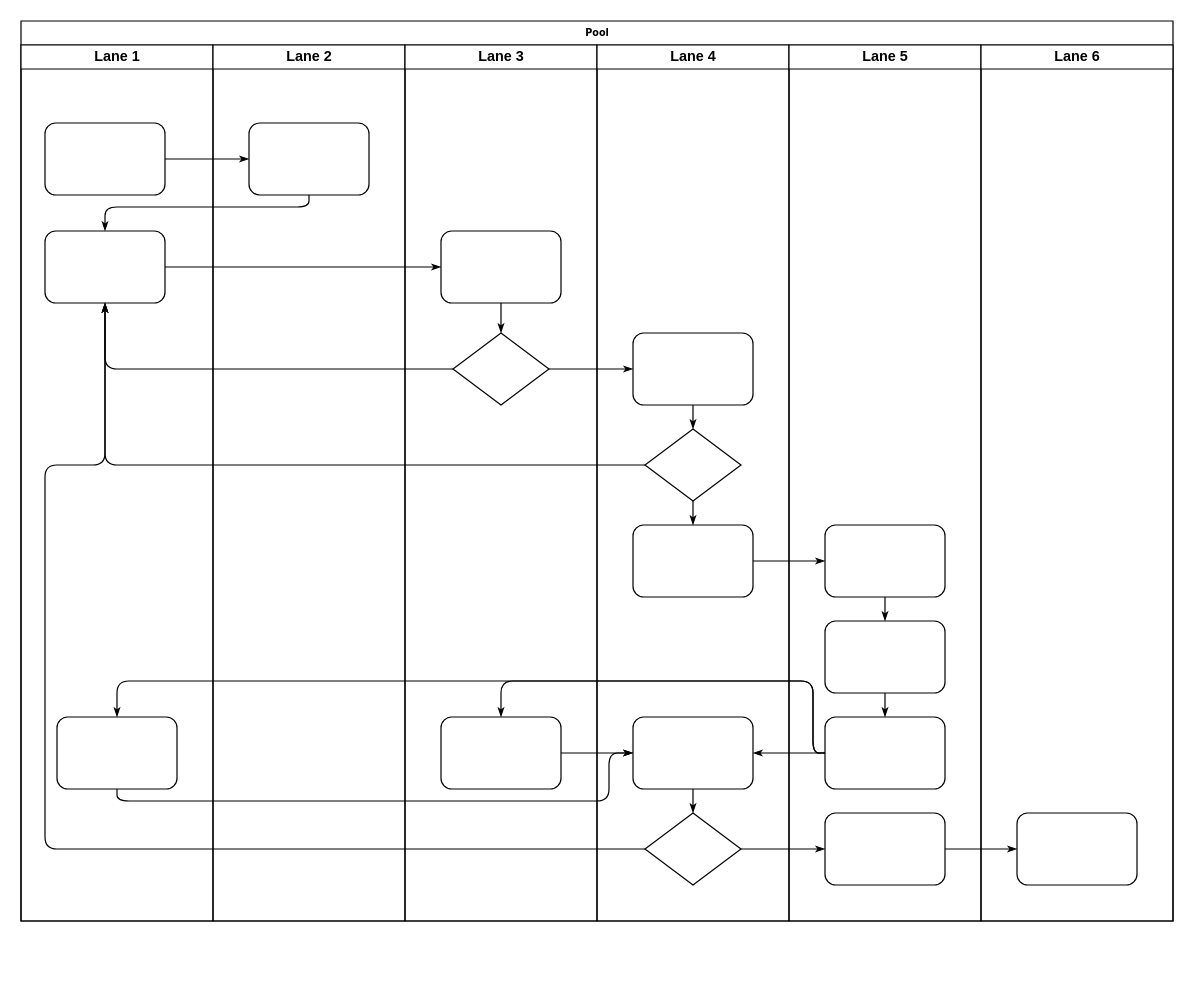
Above: 未命名绘图.drawio in lilbitty007/aiwechat-vercel (draw.io), before the change. Source tidied: cells renumbered, new cells numbered last; positions are measured from the earlier drawing's top-left corner, leaving out a move shared by most shapes. Both pictures are drawn from the tidied source at 120%, with x=0, y=0 at pixel (20, 20).
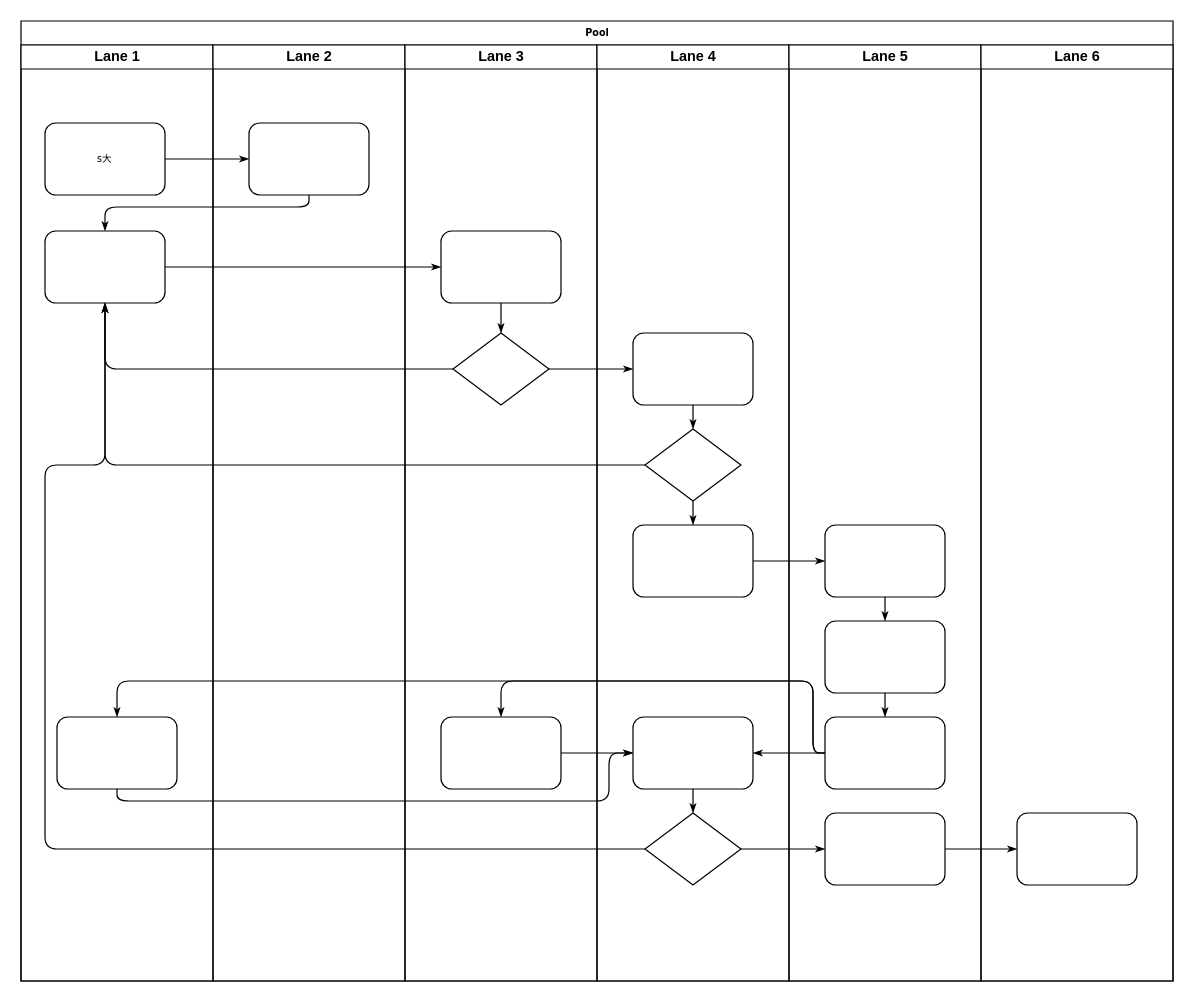
The same page after the edit.

Commit message:
更新未命名绘图.drawio

Diff of the diagram source:
```diff
@@
     <mxCell id="2" value="Pool" style="swimlane;html=1;startSize=20;rounded=0;shadow=0;labelBackgroundColor=none;strokeWidth=1;fontFamily=Verdana;fontSize=8;align=center;" parent="1" vertex="1">
-      <mxGeometry width="960" height="750" as="geometry" />
+      <mxGeometry width="960" height="800" as="geometry" />
     </mxCell>
     <mxCell id="3" value="Lane 1" style="swimlane;html=1;startSize=20;" parent="2" vertex="1">
-      <mxGeometry y="20" width="160" height="730" as="geometry" />
+      <mxGeometry y="20" width="160" height="780" as="geometry" />
     </mxCell>
-    <mxCell id="4" style="rounded=1;whiteSpace=wrap;html=1;shadow=0;labelBackgroundColor=none;strokeWidth=1;fontFamily=Verdana;fontSize=8;align=center;" parent="3" vertex="1">
+    <mxCell id="4" value="s大" style="rounded=1;whiteSpace=wrap;html=1;shadow=0;labelBackgroundColor=none;strokeWidth=1;fontFamily=Verdana;fontSize=8;align=center;" parent="3" vertex="1">
       <mxGeometry x="20" y="65" width="100" height="60" as="geometry" />
     </mxCell>
@@
     <mxCell id="22" value="Lane 2" style="swimlane;html=1;startSize=20;" parent="2" vertex="1">
-      <mxGeometry x="160" y="20" width="160" height="730" as="geometry" />
+      <mxGeometry x="160" y="20" width="160" height="780" as="geometry" />
     </mxCell>
@@
     <mxCell id="24" value="Lane 3" style="swimlane;html=1;startSize=20;" parent="2" vertex="1">
-      <mxGeometry x="320" y="20" width="160" height="730" as="geometry" />
+      <mxGeometry x="320" y="20" width="160" height="780" as="geometry" />
     </mxCell>
@@
     <mxCell id="29" value="Lane 4" style="swimlane;html=1;startSize=20;" parent="2" vertex="1">
-      <mxGeometry x="480" y="20" width="160" height="730" as="geometry" />
+      <mxGeometry x="480" y="20" width="160" height="780" as="geometry" />
     </mxCell>
@@
     <mxCell id="38" value="Lane 5" style="swimlane;html=1;startSize=20;" parent="2" vertex="1">
-      <mxGeometry x="640" y="20" width="160" height="730" as="geometry" />
+      <mxGeometry x="640" y="20" width="160" height="780" as="geometry" />
     </mxCell>
@@
     <mxCell id="45" value="Lane 6" style="swimlane;html=1;startSize=20;" parent="2" vertex="1">
-      <mxGeometry x="800" y="20" width="160" height="730" as="geometry" />
+      <mxGeometry x="800" y="20" width="160" height="780" as="geometry" />
     </mxCell>
```
